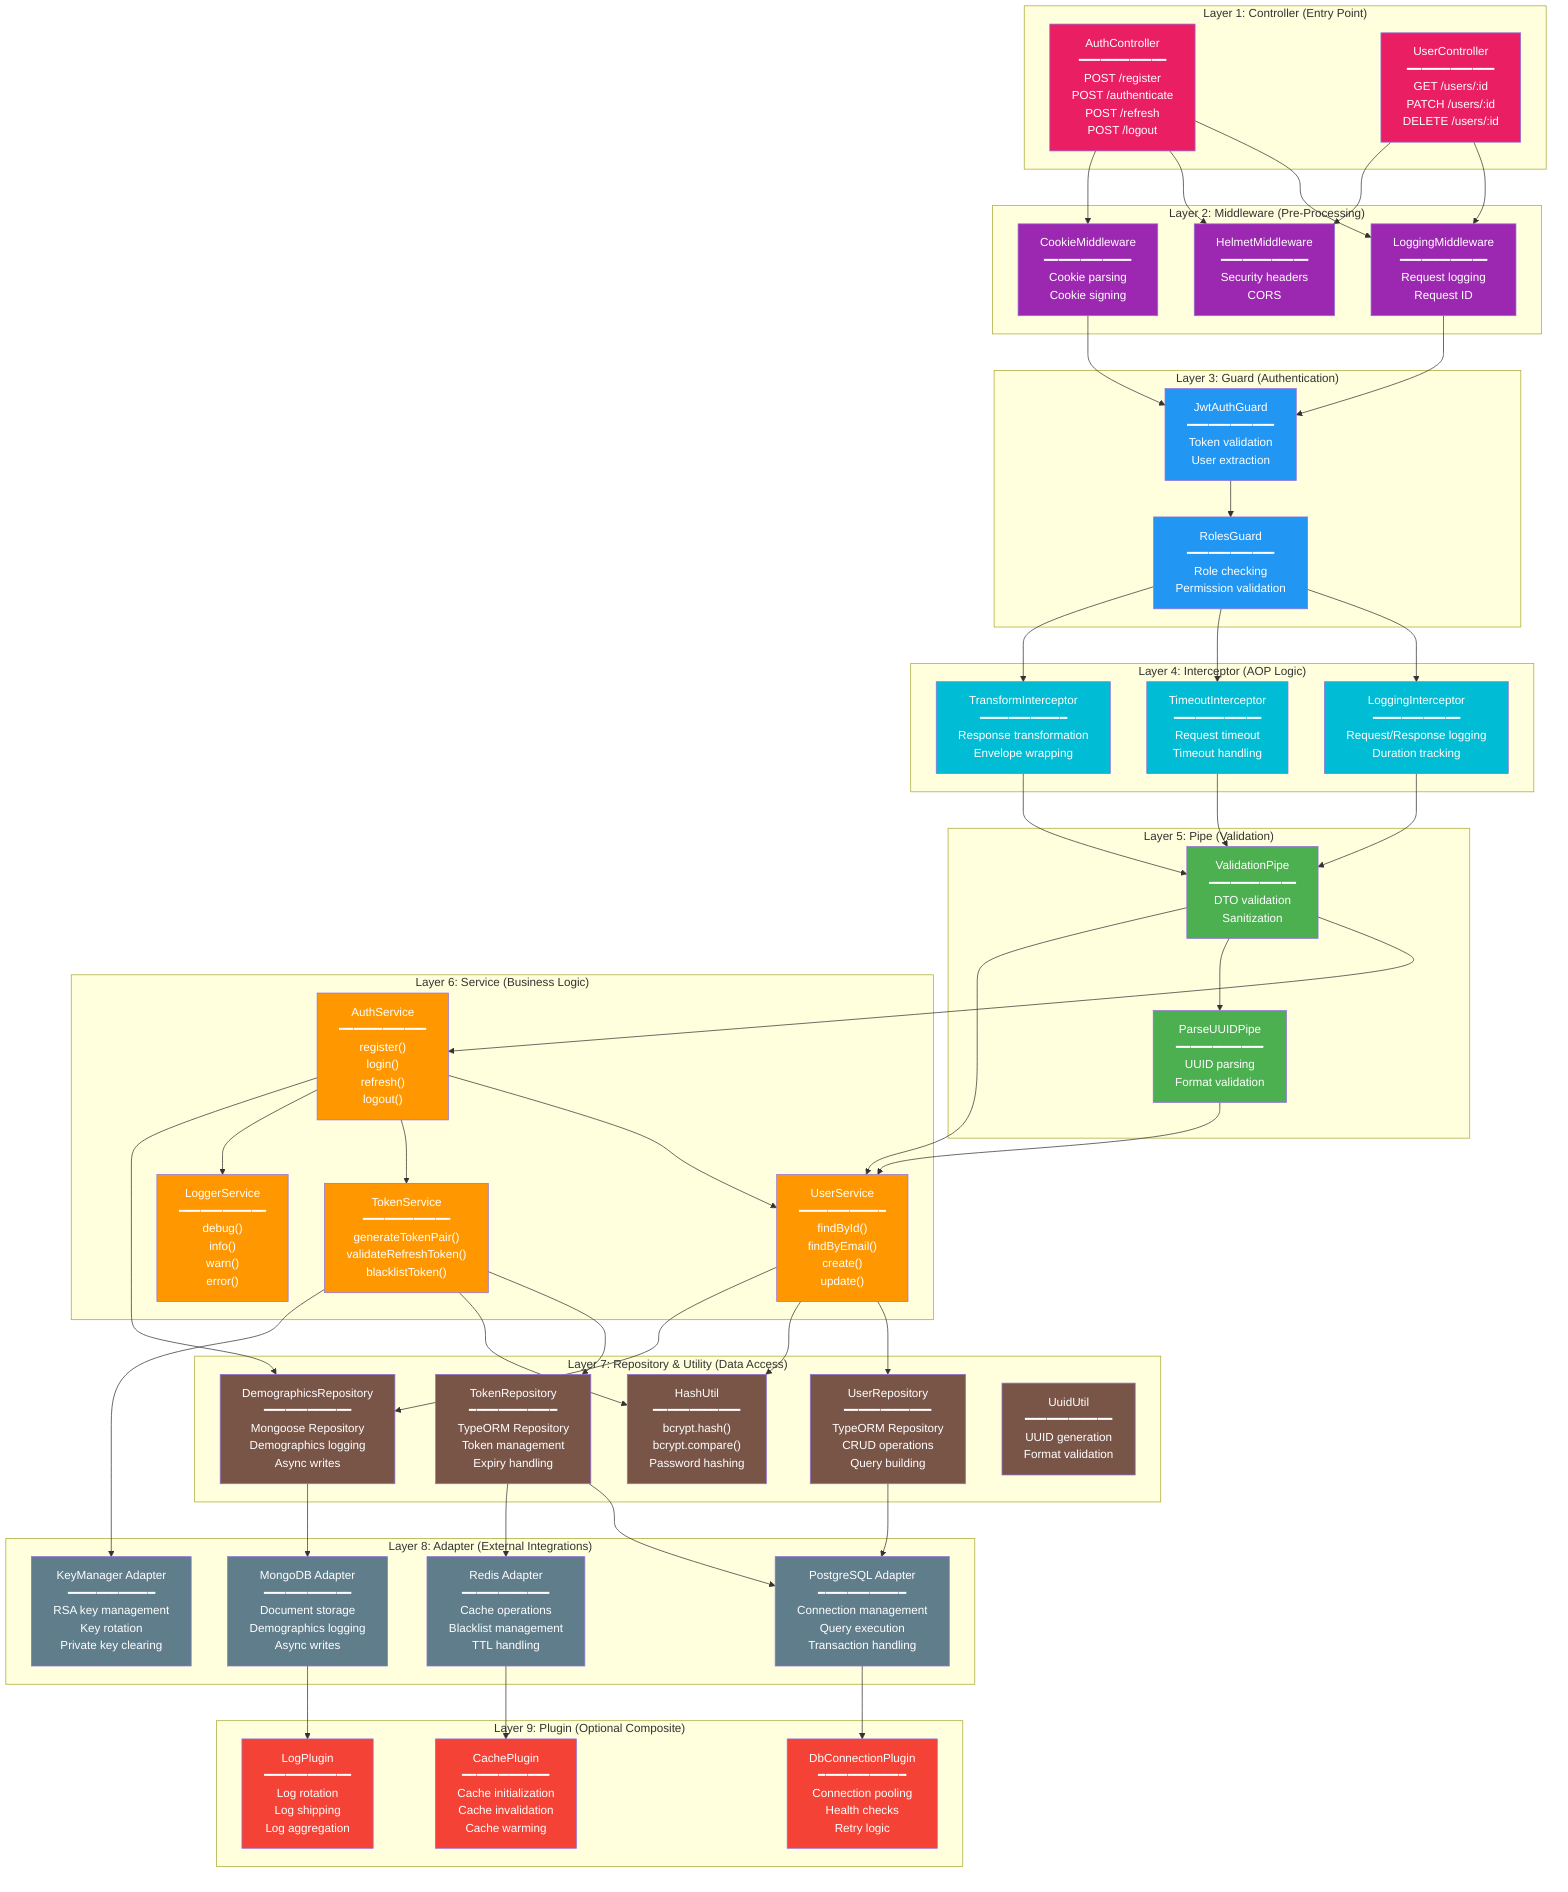
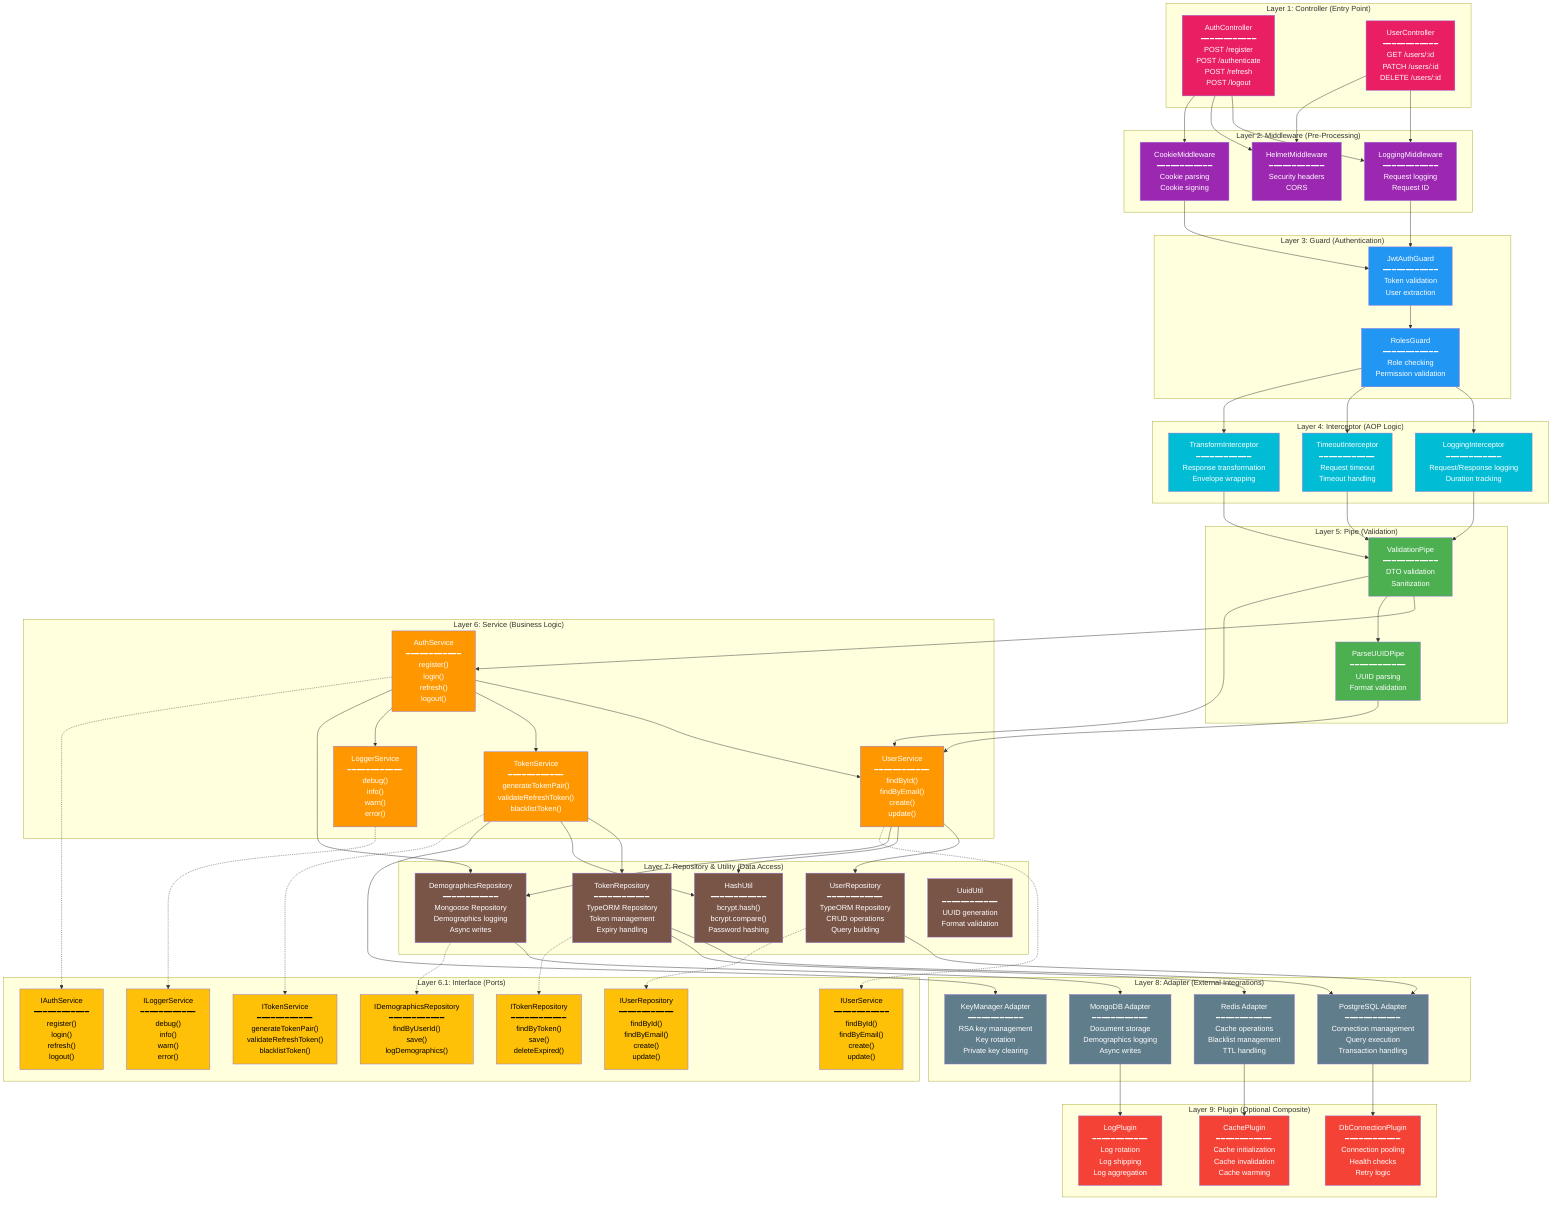
%% Component Diagram - Hexagonal Architecture (NestJS)
%% Maps to: Section 11.4 Folder Structure, Hexagonal Architecture
%% Request lifecycle: Controller → Middleware → Guard → Interceptor → Pipe → Service → Repository → Adapter → Plugin


graph TB
    subgraph "Layer 1: Controller (Entry Point)"
        AUTH_CTRL["AuthController<br/>━━━━━━━━━━━━<br/>POST /register<br/>POST /authenticate<br/>POST /refresh<br/>POST /logout"]
        USER_CTRL["UserController<br/>━━━━━━━━━━━━<br/>GET /users/:id<br/>PATCH /users/:id<br/>DELETE /users/:id"]
    end

    subgraph "Layer 2: Middleware (Pre-Processing)"
        LOG_MW["LoggingMiddleware<br/>━━━━━━━━━━━━<br/>Request logging<br/>Request ID"]
        HELMET_MW["HelmetMiddleware<br/>━━━━━━━━━━━━<br/>Security headers<br/>CORS"]
        COOKIE_MW["CookieMiddleware<br/>━━━━━━━━━━━━<br/>Cookie parsing<br/>Cookie signing"]
    end

    subgraph "Layer 3: Guard (Authentication)"
        JWT_GUARD["JwtAuthGuard<br/>━━━━━━━━━━━━<br/>Token validation<br/>User extraction"]
        ROLE_GUARD["RolesGuard<br/>━━━━━━━━━━━━<br/>Role checking<br/>Permission validation"]
    end

    subgraph "Layer 4: Interceptor (AOP Logic)"
        LOG_INTERCEPT["LoggingInterceptor<br/>━━━━━━━━━━━━<br/>Request/Response logging<br/>Duration tracking"]
        TIMEOUT_INTERCEPT["TimeoutInterceptor<br/>━━━━━━━━━━━━<br/>Request timeout<br/>Timeout handling"]
        TRANSFORM_INTERCEPT["TransformInterceptor<br/>━━━━━━━━━━━━<br/>Response transformation<br/>Envelope wrapping"]
    end

    subgraph "Layer 5: Pipe (Validation)"
        VALIDATION_PIPE["ValidationPipe<br/>━━━━━━━━━━━━<br/>DTO validation<br/>Sanitization"]
        PARSE_PIPE["ParseUUIDPipe<br/>━━━━━━━━━━━━<br/>UUID parsing<br/>Format validation"]
    end

    subgraph "Layer 6: Service (Business Logic)"
        AUTH_SVC["AuthService<br/>━━━━━━━━━━━━<br/>register()<br/>login()<br/>refresh()<br/>logout()"]
        USER_SVC["UserService<br/>━━━━━━━━━━━━<br/>findById()<br/>findByEmail()<br/>create()<br/>update()"]
        TOKEN_SVC["TokenService<br/>━━━━━━━━━━━━<br/>generateTokenPair()<br/>validateRefreshToken()<br/>blacklistToken()"]
        LOG_SVC["LoggerService<br/>━━━━━━━━━━━━<br/>debug()<br/>info()<br/>warn()<br/>error()"]
+     end
+ 
+     subgraph "Layer 6.1: Interface (Ports)"
+         I_AUTH["IAuthService<br/>━━━━━━━━━━━━<br/>register()<br/>login()<br/>refresh()<br/>logout()"]
+         I_USER["IUserService<br/>━━━━━━━━━━━━<br/>findById()<br/>findByEmail()<br/>create()<br/>update()"]
+         I_TOKEN["ITokenService<br/>━━━━━━━━━━━━<br/>generateTokenPair()<br/>validateRefreshToken()<br/>blacklistToken()"]
+         I_LOGGER["ILoggerService<br/>━━━━━━━━━━━━<br/>debug()<br/>info()<br/>warn()<br/>error()"]
+         I_USER_REPO["IUserRepository<br/>━━━━━━━━━━━━<br/>findById()<br/>findByEmail()<br/>create()<br/>update()"]
+         I_TOKEN_REPO["ITokenRepository<br/>━━━━━━━━━━━━<br/>findByToken()<br/>save()<br/>deleteExpired()"]
+         I_DEMO_REPO["IDemographicsRepository<br/>━━━━━━━━━━━━<br/>findByUserId()<br/>save()<br/>logDemographics()"]
    end

    subgraph "Layer 7: Repository & Utility (Data Access)"
        USER_REPO["UserRepository<br/>━━━━━━━━━━━━<br/>TypeORM Repository<br/>CRUD operations<br/>Query building"]
        TOKEN_REPO["TokenRepository<br/>━━━━━━━━━━━━<br/>TypeORM Repository<br/>Token management<br/>Expiry handling"]
        DEMO_REPO["DemographicsRepository<br/>━━━━━━━━━━━━<br/>Mongoose Repository<br/>Demographics logging<br/>Async writes"]
        HASH_UTIL["HashUtil<br/>━━━━━━━━━━━━<br/>bcrypt.hash()<br/>bcrypt.compare()<br/>Password hashing"]
        UUID_UTIL["UuidUtil<br/>━━━━━━━━━━━━<br/>UUID generation<br/>Format validation"]
    end

    subgraph "Layer 8: Adapter (External Integrations)"
        PG_ADAPTER["PostgreSQL Adapter<br/>━━━━━━━━━━━━<br/>Connection management<br/>Query execution<br/>Transaction handling"]
        REDIS_ADAPTER["Redis Adapter<br/>━━━━━━━━━━━━<br/>Cache operations<br/>Blacklist management<br/>TTL handling"]
        MONGO_ADAPTER["MongoDB Adapter<br/>━━━━━━━━━━━━<br/>Document storage<br/>Demographics logging<br/>Async writes"]
        KEY_ADAPTER["KeyManager Adapter<br/>━━━━━━━━━━━━<br/>RSA key management<br/>Key rotation<br/>Private key clearing"]
    end

    subgraph "Layer 9: Plugin (Optional Composite)"
        DB_PLUGIN["DbConnectionPlugin<br/>━━━━━━━━━━━━<br/>Connection pooling<br/>Health checks<br/>Retry logic"]
        CACHE_PLUGIN["CachePlugin<br/>━━━━━━━━━━━━<br/>Cache initialization<br/>Cache invalidation<br/>Cache warming"]
        LOG_PLUGIN["LogPlugin<br/>━━━━━━━━━━━━<br/>Log rotation<br/>Log shipping<br/>Log aggregation"]
    end

    AUTH_CTRL --> LOG_MW
    AUTH_CTRL --> HELMET_MW
    AUTH_CTRL --> COOKIE_MW
    USER_CTRL --> LOG_MW
    USER_CTRL --> HELMET_MW

    LOG_MW --> JWT_GUARD
    COOKIE_MW --> JWT_GUARD

    JWT_GUARD --> ROLE_GUARD

    ROLE_GUARD --> LOG_INTERCEPT
    ROLE_GUARD --> TIMEOUT_INTERCEPT
    ROLE_GUARD --> TRANSFORM_INTERCEPT

    LOG_INTERCEPT --> VALIDATION_PIPE
    TIMEOUT_INTERCEPT --> VALIDATION_PIPE
    TRANSFORM_INTERCEPT --> VALIDATION_PIPE

    VALIDATION_PIPE --> AUTH_SVC
    VALIDATION_PIPE --> PARSE_PIPE
    VALIDATION_PIPE --> USER_SVC
    PARSE_PIPE --> USER_SVC

    AUTH_SVC --> USER_SVC
    AUTH_SVC --> TOKEN_SVC
    AUTH_SVC --> LOG_SVC
    AUTH_SVC --> DEMO_REPO

    USER_SVC --> USER_REPO
    USER_SVC --> HASH_UTIL
    USER_SVC --> DEMO_REPO
    TOKEN_SVC --> TOKEN_REPO
    TOKEN_SVC --> HASH_UTIL

    USER_REPO --> PG_ADAPTER
    TOKEN_REPO --> PG_ADAPTER
    TOKEN_REPO --> REDIS_ADAPTER
    DEMO_REPO --> MONGO_ADAPTER
    TOKEN_SVC --> KEY_ADAPTER

    PG_ADAPTER --> DB_PLUGIN
    REDIS_ADAPTER --> CACHE_PLUGIN
    MONGO_ADAPTER --> LOG_PLUGIN

+     AUTH_SVC -.-> I_AUTH
+     USER_SVC -.-> I_USER
+     TOKEN_SVC -.-> I_TOKEN
+     LOG_SVC -.-> I_LOGGER
+ 
+     USER_REPO -.-> I_USER_REPO
+     TOKEN_REPO -.-> I_TOKEN_REPO
+     DEMO_REPO -.-> I_DEMO_REPO
+ 
    style AUTH_CTRL fill:#E91E63,color:#fff
    style USER_CTRL fill:#E91E63,color:#fff

    style LOG_MW fill:#9C27B0,color:#fff
    style HELMET_MW fill:#9C27B0,color:#fff
    style COOKIE_MW fill:#9C27B0,color:#fff

    style JWT_GUARD fill:#2196F3,color:#fff
    style ROLE_GUARD fill:#2196F3,color:#fff

    style LOG_INTERCEPT fill:#00BCD4,color:#fff
    style TIMEOUT_INTERCEPT fill:#00BCD4,color:#fff
    style TRANSFORM_INTERCEPT fill:#00BCD4,color:#fff

    style VALIDATION_PIPE fill:#4CAF50,color:#fff
    style PARSE_PIPE fill:#4CAF50,color:#fff

    style AUTH_SVC fill:#FF9800,color:#fff
    style USER_SVC fill:#FF9800,color:#fff
    style TOKEN_SVC fill:#FF9800,color:#fff
    style LOG_SVC fill:#FF9800,color:#fff

+     style I_AUTH fill:#FFC107,color:#000
+     style I_USER fill:#FFC107,color:#000
+     style I_TOKEN fill:#FFC107,color:#000
+     style I_LOGGER fill:#FFC107,color:#000
+     style I_USER_REPO fill:#FFC107,color:#000
+     style I_TOKEN_REPO fill:#FFC107,color:#000
+     style I_DEMO_REPO fill:#FFC107,color:#000
+ 
    style USER_REPO fill:#795548,color:#fff
    style TOKEN_REPO fill:#795548,color:#fff
    style DEMO_REPO fill:#795548,color:#fff
    style HASH_UTIL fill:#795548,color:#fff
    style UUID_UTIL fill:#795548,color:#fff

    style PG_ADAPTER fill:#607D8B,color:#fff
    style REDIS_ADAPTER fill:#607D8B,color:#fff
    style MONGO_ADAPTER fill:#607D8B,color:#fff
    style KEY_ADAPTER fill:#607D8B,color:#fff

    style DB_PLUGIN fill:#F44336,color:#fff
    style CACHE_PLUGIN fill:#F44336,color:#fff
    style LOG_PLUGIN fill:#F44336,color:#fff
